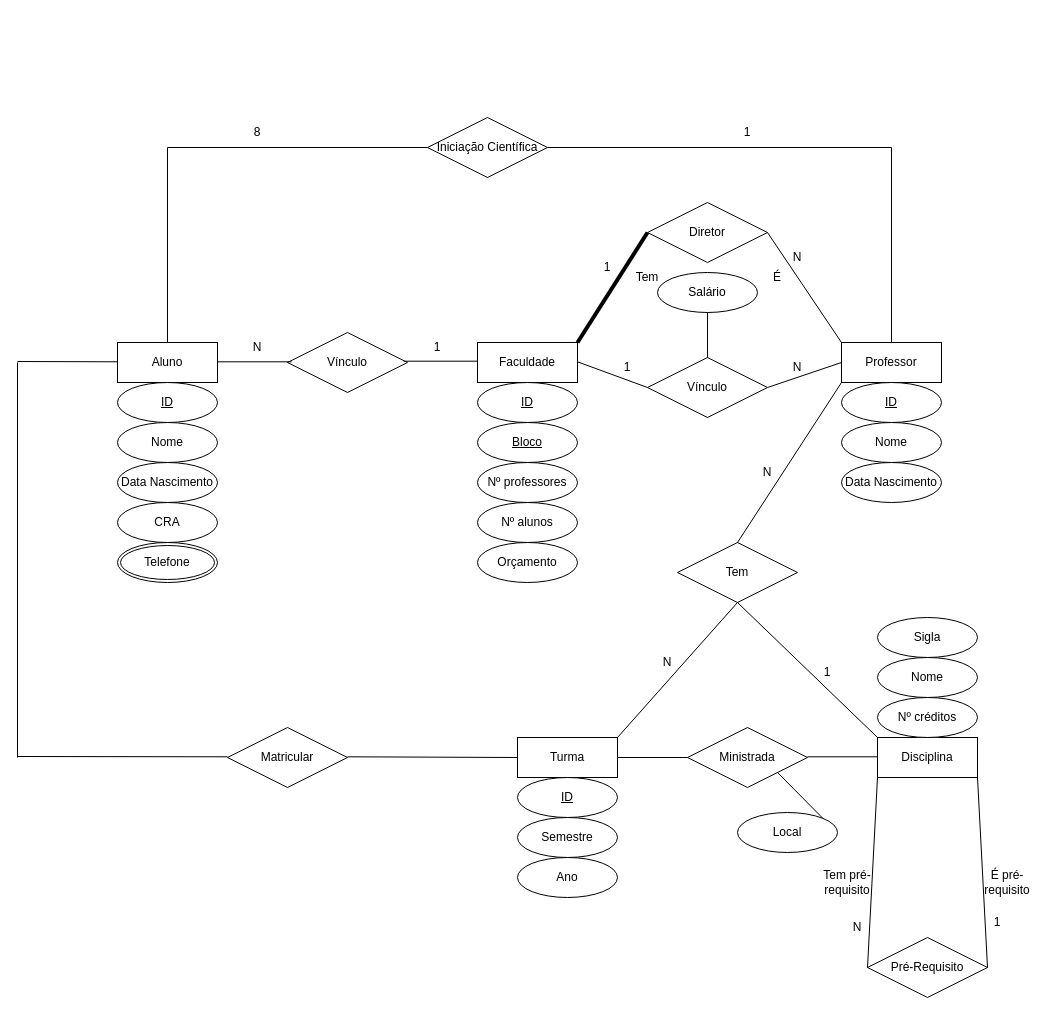
This is Aula 2 - Ex 2.drawio from artfrc/SBD, a draw.io file, before an edit. Source tidied: cells renumbered, new cells numbered last; positions are measured from the earlier drawing's top-left corner, leaving out a move shared by most shapes. Both pictures are drawn from the tidied source at 100%, with x=0, y=0 at pixel (17, 117).
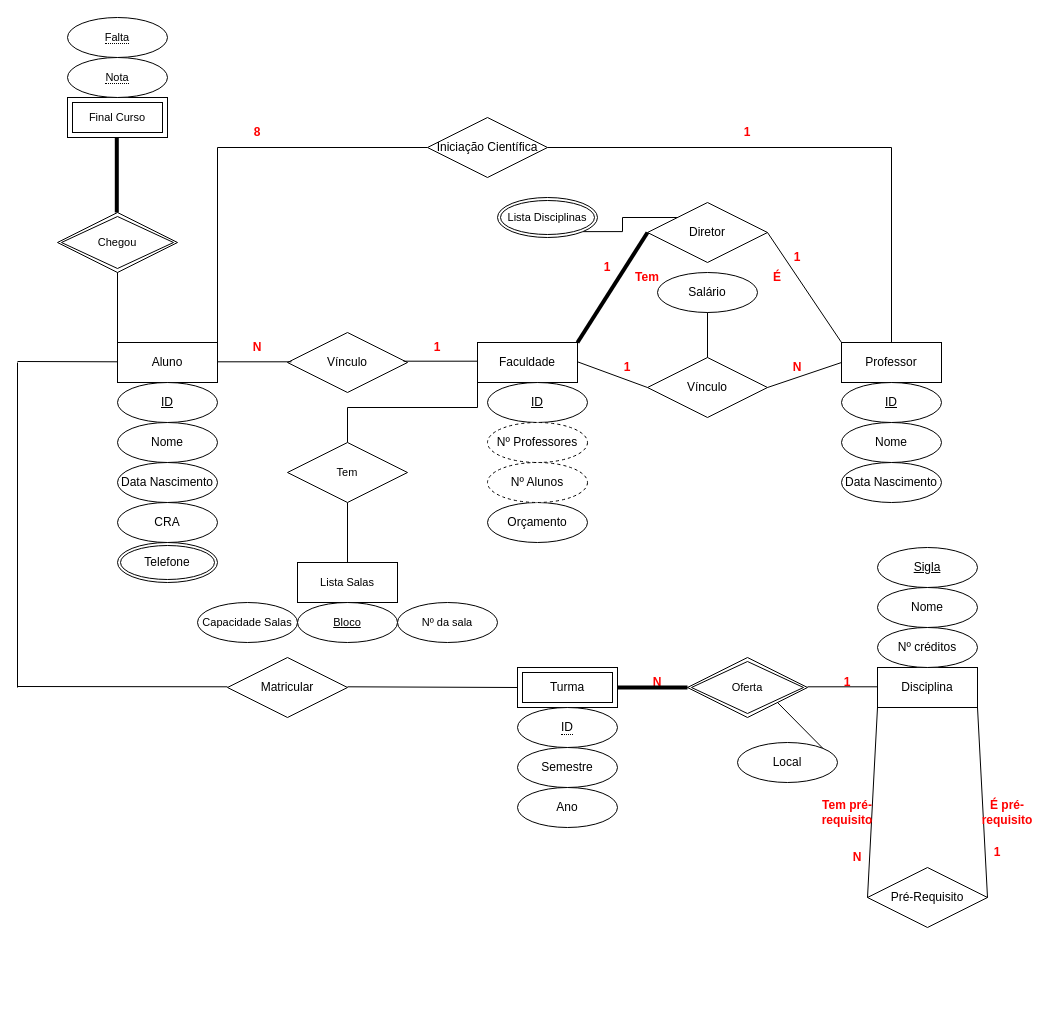
The same diagram, later.

Unchanged cells that the change refers to:
```xml
<mxCell id="2" value="Faculdade" style="whiteSpace=wrap;html=1;align=center;" parent="1" vertex="1">
  <mxGeometry x="460" y="225" width="100" height="40" as="geometry" />
</mxCell>
<mxCell id="19" value="Professor" style="whiteSpace=wrap;html=1;align=center;" parent="1" vertex="1">
  <mxGeometry x="824" y="225" width="100" height="40" as="geometry" />
</mxCell>
<mxCell id="25" value="Aluno" style="whiteSpace=wrap;html=1;align=center;" parent="1" vertex="1">
  <mxGeometry x="100" y="225" width="100" height="40" as="geometry" />
</mxCell>
<mxCell id="31" value="Diretor" style="shape=rhombus;perimeter=rhombusPerimeter;whiteSpace=wrap;html=1;align=center;" parent="1" vertex="1">
  <mxGeometry x="630" y="85" width="120" height="60" as="geometry" />
</mxCell>
<mxCell id="71" value="Iniciação Científica" style="shape=rhombus;perimeter=rhombusPerimeter;whiteSpace=wrap;html=1;align=center;" parent="1" vertex="1">
  <mxGeometry x="410" width="120" height="60" as="geometry" />
</mxCell>
```

Change to the diagram source:
```diff
@@
+    <mxCell id="74" style="edgeStyle=orthogonalEdgeStyle;rounded=0;jettySize=auto;html=1;exitX=0;exitY=1;exitDx=0;exitDy=0;entryX=0.5;entryY=0;entryDx=0;entryDy=0;fontSize=11;fontColor=#000000;endArrow=none;endFill=0;strokeWidth=1;" parent="1" edge="1" source="2" target="56">
+      <mxGeometry relative="1" as="geometry">
+        <Array as="points">
+          <mxPoint x="460" y="290" />
+          <mxPoint x="330" y="290" />
+        </Array>
+      </mxGeometry>
+    </mxCell>
@@
     <mxCell id="3" value="ID" style="ellipse;whiteSpace=wrap;html=1;align=center;fontStyle=4;" parent="1" vertex="1">
-      <mxGeometry x="460" y="265" width="100" height="40" as="geometry" />
+      <mxGeometry x="470" y="265" width="100" height="40" as="geometry" />
     </mxCell>
-    <mxCell id="4" value="Bloco" style="ellipse;whiteSpace=wrap;html=1;align=center;fontStyle=4;" parent="1" vertex="1">
-      <mxGeometry x="460" y="305" width="100" height="40" as="geometry" />
-    </mxCell>
-    <mxCell id="5" value="Nº professores" style="ellipse;whiteSpace=wrap;html=1;align=center;" parent="1" vertex="1">
-      <mxGeometry x="460" y="345" width="100" height="40" as="geometry" />
-    </mxCell>
-    <mxCell id="6" value="Nº alunos" style="ellipse;whiteSpace=wrap;html=1;align=center;" parent="1" vertex="1">
-      <mxGeometry x="460" y="385" width="100" height="40" as="geometry" />
-    </mxCell>
     <mxCell id="7" value="Orçamento" style="ellipse;whiteSpace=wrap;html=1;align=center;" parent="1" vertex="1">
-      <mxGeometry x="460" y="425" width="100" height="40" as="geometry" />
+      <mxGeometry x="470" y="385" width="100" height="40" as="geometry" />
     </mxCell>
     <mxCell id="8" value="Disciplina" style="whiteSpace=wrap;html=1;align=center;" parent="1" vertex="1">
-      <mxGeometry x="860" y="620" width="100" height="40" as="geometry" />
+      <mxGeometry x="860" y="550" width="100" height="40" as="geometry" />
     </mxCell>
-    <mxCell id="9" value="Sigla" style="ellipse;whiteSpace=wrap;html=1;align=center;" parent="1" vertex="1">
-      <mxGeometry x="860" y="500" width="100" height="40" as="geometry" />
+    <mxCell id="9" value="Sigla" style="ellipse;whiteSpace=wrap;html=1;align=center;fontStyle=4;" parent="1" vertex="1">
+      <mxGeometry x="860" y="430" width="100" height="40" as="geometry" />
     </mxCell>
-    <mxCell id="10" value="Nome" style="ellipse;whiteSpace=wrap;html=1;align=center;" parent="1" vertex="1">
-      <mxGeometry x="860" y="540" width="100" height="40" as="geometry" />
+    <mxCell id="10" value="Nome" style="ellipse;whiteSpace=wrap;html=1;align=center;fontStyle=0;" parent="1" vertex="1">
+      <mxGeometry x="860" y="470" width="100" height="40" as="geometry" />
     </mxCell>
     <mxCell id="11" value="Nº créditos" style="ellipse;whiteSpace=wrap;html=1;align=center;" parent="1" vertex="1">
-      <mxGeometry x="860" y="580" width="100" height="40" as="geometry" />
+      <mxGeometry x="860" y="510" width="100" height="40" as="geometry" />
     </mxCell>
     <mxCell id="12" value="Pré-Requisito" style="shape=rhombus;perimeter=rhombusPerimeter;whiteSpace=wrap;html=1;align=center;" parent="1" vertex="1">
-      <mxGeometry x="850" y="820" width="120" height="60" as="geometry" />
+      <mxGeometry x="850" y="750" width="120" height="60" as="geometry" />
     </mxCell>
@@
-    <mxCell id="15" value="Tem pré-requisito" style="text;html=1;strokeColor=none;fillColor=none;align=center;verticalAlign=middle;whiteSpace=wrap;rounded=0;" parent="1" vertex="1">
-      <mxGeometry x="800" y="750" width="60" height="30" as="geometry" />
+    <mxCell id="15" value="Tem pré-requisito" style="text;html=1;strokeColor=none;fillColor=none;align=center;verticalAlign=middle;whiteSpace=wrap;rounded=0;fontStyle=1;fontColor=#FF0000;" parent="1" vertex="1">
+      <mxGeometry x="800" y="680" width="60" height="30" as="geometry" />
     </mxCell>
-    <mxCell id="16" value="N" style="text;html=1;strokeColor=none;fillColor=none;align=center;verticalAlign=middle;whiteSpace=wrap;rounded=0;" parent="1" vertex="1">
-      <mxGeometry x="810" y="795" width="60" height="30" as="geometry" />
+    <mxCell id="16" value="N" style="text;html=1;strokeColor=none;fillColor=none;align=center;verticalAlign=middle;whiteSpace=wrap;rounded=0;fontStyle=1;fontColor=#FF0000;" parent="1" vertex="1">
+      <mxGeometry x="810" y="725" width="60" height="30" as="geometry" />
     </mxCell>
-    <mxCell id="17" value="É pré-requisito" style="text;html=1;strokeColor=none;fillColor=none;align=center;verticalAlign=middle;whiteSpace=wrap;rounded=0;" parent="1" vertex="1">
-      <mxGeometry x="960" y="750" width="60" height="30" as="geometry" />
+    <mxCell id="17" value="É pré-requisito" style="text;html=1;strokeColor=none;fillColor=none;align=center;verticalAlign=middle;whiteSpace=wrap;rounded=0;fontStyle=1;fontColor=#FF0000;" parent="1" vertex="1">
+      <mxGeometry x="960" y="680" width="60" height="30" as="geometry" />
     </mxCell>
-    <mxCell id="18" value="1" style="text;html=1;strokeColor=none;fillColor=none;align=center;verticalAlign=middle;whiteSpace=wrap;rounded=0;" parent="1" vertex="1">
-      <mxGeometry x="950" y="790" width="60" height="30" as="geometry" />
+    <mxCell id="18" value="1" style="text;html=1;strokeColor=none;fillColor=none;align=center;verticalAlign=middle;whiteSpace=wrap;rounded=0;fontStyle=1;fontColor=#FF0000;" parent="1" vertex="1">
+      <mxGeometry x="950" y="720" width="60" height="30" as="geometry" />
     </mxCell>
@@
-    <mxCell id="24" style="edgeStyle=orthogonalEdgeStyle;rounded=0;jettySize=auto;html=1;exitX=0.5;exitY=0;exitDx=0;exitDy=0;entryX=0;entryY=0.5;entryDx=0;entryDy=0;endArrow=none;endFill=0;strokeWidth=1;" parent="1" edge="1" source="25" target="71">
+    <mxCell id="24" style="edgeStyle=orthogonalEdgeStyle;rounded=0;jettySize=auto;html=1;exitX=1;exitY=0;exitDx=0;exitDy=0;entryX=0;entryY=0.5;entryDx=0;entryDy=0;endArrow=none;endFill=0;strokeWidth=1;" parent="1" edge="1" source="25" target="71">
       <mxGeometry relative="1" as="geometry" />
     </mxCell>
@@
+    <mxCell id="75" style="edgeStyle=orthogonalEdgeStyle;rounded=0;jettySize=auto;html=1;exitX=0;exitY=0;exitDx=0;exitDy=0;entryX=1;entryY=1;entryDx=0;entryDy=0;fontSize=11;fontColor=#000000;endArrow=none;endFill=0;strokeWidth=1;" parent="1" edge="1" source="31" target="89">
+      <mxGeometry relative="1" as="geometry" />
+    </mxCell>
@@
-    <mxCell id="34" value="1" style="text;html=1;strokeColor=none;fillColor=none;align=center;verticalAlign=middle;whiteSpace=wrap;rounded=0;" parent="1" vertex="1">
+    <mxCell id="34" value="1" style="text;html=1;strokeColor=none;fillColor=none;align=center;verticalAlign=middle;whiteSpace=wrap;rounded=0;fontStyle=1;fontColor=#FF0000;" parent="1" vertex="1">
       <mxGeometry x="560" y="135" width="60" height="30" as="geometry" />
     </mxCell>
-    <mxCell id="35" value="N" style="text;html=1;strokeColor=none;fillColor=none;align=center;verticalAlign=middle;whiteSpace=wrap;rounded=0;" parent="1" vertex="1">
+    <mxCell id="35" value="1" style="text;html=1;strokeColor=none;fillColor=none;align=center;verticalAlign=middle;whiteSpace=wrap;rounded=0;fontStyle=1;fontColor=#FF0000;" parent="1" vertex="1">
       <mxGeometry x="750" y="125" width="60" height="30" as="geometry" />
     </mxCell>
@@
-    <mxCell id="39" value="1" style="text;html=1;strokeColor=none;fillColor=none;align=center;verticalAlign=middle;whiteSpace=wrap;rounded=0;" parent="1" vertex="1">
+    <mxCell id="39" value="1" style="text;html=1;strokeColor=none;fillColor=none;align=center;verticalAlign=middle;whiteSpace=wrap;rounded=0;fontStyle=1;fontColor=#FF0000;" parent="1" vertex="1">
       <mxGeometry x="580" y="235" width="60" height="30" as="geometry" />
     </mxCell>
-    <mxCell id="40" value="N" style="text;html=1;strokeColor=none;fillColor=none;align=center;verticalAlign=middle;whiteSpace=wrap;rounded=0;" parent="1" vertex="1">
+    <mxCell id="40" value="N" style="text;html=1;strokeColor=none;fillColor=none;align=center;verticalAlign=middle;whiteSpace=wrap;rounded=0;fontStyle=1;fontColor=#FF0000;" parent="1" vertex="1">
       <mxGeometry x="750" y="235" width="60" height="30" as="geometry" />
     </mxCell>
-    <mxCell id="41" value="É" style="text;html=1;strokeColor=none;fillColor=none;align=center;verticalAlign=middle;whiteSpace=wrap;rounded=0;" parent="1" vertex="1">
+    <mxCell id="41" value="É" style="text;html=1;strokeColor=none;fillColor=none;align=center;verticalAlign=middle;whiteSpace=wrap;rounded=0;fontStyle=1;fontColor=#FF0000;" parent="1" vertex="1">
       <mxGeometry x="730" y="145" width="60" height="30" as="geometry" />
     </mxCell>
-    <mxCell id="42" value="Tem" style="text;html=1;strokeColor=none;fillColor=none;align=center;verticalAlign=middle;whiteSpace=wrap;rounded=0;" parent="1" vertex="1">
+    <mxCell id="42" value="Tem" style="text;html=1;strokeColor=none;fillColor=none;align=center;verticalAlign=middle;whiteSpace=wrap;rounded=0;fontStyle=1;fontColor=#FF0000;" parent="1" vertex="1">
       <mxGeometry x="600" y="145" width="60" height="30" as="geometry" />
     </mxCell>
@@
-    <mxCell id="46" value="N" style="text;html=1;strokeColor=none;fillColor=none;align=center;verticalAlign=middle;whiteSpace=wrap;rounded=0;" parent="1" vertex="1">
+    <mxCell id="46" value="N" style="text;html=1;strokeColor=none;fillColor=none;align=center;verticalAlign=middle;whiteSpace=wrap;rounded=0;fontColor=#FF0000;fontStyle=1;" parent="1" vertex="1">
       <mxGeometry x="210" y="215" width="60" height="30" as="geometry" />
     </mxCell>
-    <mxCell id="47" value="1" style="text;html=1;strokeColor=none;fillColor=none;align=center;verticalAlign=middle;whiteSpace=wrap;rounded=0;" parent="1" vertex="1">
+    <mxCell id="47" value="1" style="text;html=1;strokeColor=none;fillColor=none;align=center;verticalAlign=middle;whiteSpace=wrap;rounded=0;fontStyle=1;fontColor=#FF0000;" parent="1" vertex="1">
       <mxGeometry x="390" y="215" width="60" height="30" as="geometry" />
     </mxCell>
@@
-    <mxCell id="49" value="Turma" style="whiteSpace=wrap;html=1;align=center;" parent="1" vertex="1">
-      <mxGeometry x="500" y="620" width="100" height="40" as="geometry" />
-    </mxCell>
-    <mxCell id="50" value="ID" style="ellipse;whiteSpace=wrap;html=1;align=center;fontStyle=4;" parent="1" vertex="1">
-      <mxGeometry x="500" y="660" width="100" height="40" as="geometry" />
-    </mxCell>
     <mxCell id="51" value="Semestre" style="ellipse;whiteSpace=wrap;html=1;align=center;" parent="1" vertex="1">
-      <mxGeometry x="500" y="700" width="100" height="40" as="geometry" />
+      <mxGeometry x="500" y="630" width="100" height="40" as="geometry" />
     </mxCell>
     <mxCell id="52" value="Ano" style="ellipse;whiteSpace=wrap;html=1;align=center;" parent="1" vertex="1">
-      <mxGeometry x="500" y="740" width="100" height="40" as="geometry" />
+      <mxGeometry x="500" y="670" width="100" height="40" as="geometry" />
     </mxCell>
-    <mxCell id="53" value="Ministrada" style="shape=rhombus;perimeter=rhombusPerimeter;whiteSpace=wrap;html=1;align=center;" parent="1" vertex="1">
-      <mxGeometry x="670" y="610" width="120" height="60" as="geometry" />
-    </mxCell>
     <mxCell id="54" value="Local" style="ellipse;whiteSpace=wrap;html=1;align=center;" parent="1" vertex="1">
-      <mxGeometry x="720" y="695" width="100" height="40" as="geometry" />
+      <mxGeometry x="720" y="625" width="100" height="40" as="geometry" />
     </mxCell>
-    <mxCell id="55" style="endArrow=none;html=1;rounded=0;strokeWidth=1;exitX=1;exitY=1;exitDx=0;exitDy=0;entryX=1;entryY=0;entryDx=0;entryDy=0;" parent="1" edge="1" source="53" target="54">
-      <mxGeometry relative="1" as="geometry" />
+    <mxCell id="55" style="endArrow=none;html=1;rounded=0;strokeWidth=1;exitX=1;exitY=1;exitDx=0;exitDy=0;entryX=1;entryY=0;entryDx=0;entryDy=0;" parent="1" edge="1" target="54">
+      <mxGeometry relative="1" as="geometry">
+        <mxPoint x="760" y="585" as="sourcePoint" />
+      </mxGeometry>
     </mxCell>
-    <mxCell id="56" value="Tem" style="shape=rhombus;perimeter=rhombusPerimeter;whiteSpace=wrap;html=1;align=center;" parent="1" vertex="1">
-      <mxGeometry x="660" y="425" width="120" height="60" as="geometry" />
-    </mxCell>
-    <mxCell id="57" style="endArrow=none;html=1;rounded=0;strokeWidth=1;exitX=0;exitY=1;exitDx=0;exitDy=0;entryX=0.5;entryY=0;entryDx=0;entryDy=0;" parent="1" edge="1" source="19" target="56">
-      <mxGeometry relative="1" as="geometry" />
-    </mxCell>
-    <mxCell id="58" style="endArrow=none;html=1;rounded=0;strokeWidth=1;exitX=0.5;exitY=1;exitDx=0;exitDy=0;entryX=1;entryY=0;entryDx=0;entryDy=0;" parent="1" edge="1" source="56" target="49">
-      <mxGeometry relative="1" as="geometry" />
-    </mxCell>
-    <mxCell id="59" value="N" style="text;html=1;strokeColor=none;fillColor=none;align=center;verticalAlign=middle;whiteSpace=wrap;rounded=0;" parent="1" vertex="1">
-      <mxGeometry x="720" y="340" width="60" height="30" as="geometry" />
-    </mxCell>
-    <mxCell id="60" value="N" style="text;html=1;strokeColor=none;fillColor=none;align=center;verticalAlign=middle;whiteSpace=wrap;rounded=0;" parent="1" vertex="1">
-      <mxGeometry x="620" y="530" width="60" height="30" as="geometry" />
+    <mxCell id="60" value="N" style="text;html=1;strokeColor=none;fillColor=none;align=center;verticalAlign=middle;whiteSpace=wrap;rounded=0;fontStyle=1;fontColor=#FF0000;" parent="1" vertex="1">
+      <mxGeometry x="610" y="550" width="60" height="30" as="geometry" />
     </mxCell>
-    <mxCell id="61" value="1" style="text;html=1;strokeColor=none;fillColor=none;align=center;verticalAlign=middle;whiteSpace=wrap;rounded=0;" parent="1" vertex="1">
-      <mxGeometry x="780" y="540" width="60" height="30" as="geometry" />
+    <mxCell id="61" value="1" style="text;html=1;strokeColor=none;fillColor=none;align=center;verticalAlign=middle;whiteSpace=wrap;rounded=0;fontStyle=1;fontColor=#FF0000;" parent="1" vertex="1">
+      <mxGeometry x="800" y="550" width="60" height="30" as="geometry" />
     </mxCell>
     <mxCell id="62" value="Matricular" style="shape=rhombus;perimeter=rhombusPerimeter;whiteSpace=wrap;html=1;align=center;" parent="1" vertex="1">
-      <mxGeometry x="210" y="610" width="120" height="60" as="geometry" />
+      <mxGeometry x="210" y="540" width="120" height="60" as="geometry" />
     </mxCell>
     <mxCell id="63" style="endArrow=none;html=1;rounded=0;strokeWidth=1;" parent="1" edge="1">
       <mxGeometry relative="1" as="geometry">
         <mxPoint y="245" as="sourcePoint" />
-        <mxPoint y="640" as="targetPoint" />
+        <mxPoint y="570" as="targetPoint" />
       </mxGeometry>
     </mxCell>
-    <mxCell id="64" style="endArrow=none;html=1;rounded=0;strokeWidth=1;exitX=1;exitY=0.5;exitDx=0;exitDy=0;" parent="1" edge="1" source="49" target="53">
-      <mxGeometry relative="1" as="geometry" />
+    <mxCell id="64" style="endArrow=none;html=1;rounded=0;strokeWidth=4;exitX=1;exitY=0.5;exitDx=0;exitDy=0;" parent="1" edge="1">
+      <mxGeometry relative="1" as="geometry">
+        <mxPoint x="600" y="570" as="sourcePoint" />
+        <mxPoint x="670" y="570" as="targetPoint" />
+      </mxGeometry>
     </mxCell>
     <mxCell id="65" style="endArrow=none;html=1;rounded=0;strokeWidth=1;exitX=1;exitY=0.5;exitDx=0;exitDy=0;" parent="1" edge="1">
       <mxGeometry relative="1" as="geometry">
-        <mxPoint x="790" y="639.3" as="sourcePoint" />
-        <mxPoint x="860" y="639.3" as="targetPoint" />
+        <mxPoint x="790" y="569.3" as="sourcePoint" />
+        <mxPoint x="860" y="569.3" as="targetPoint" />
       </mxGeometry>
     </mxCell>
-    <mxCell id="66" style="endArrow=none;html=1;rounded=0;strokeWidth=1;exitX=0.5;exitY=1;exitDx=0;exitDy=0;entryX=0;entryY=0;entryDx=0;entryDy=0;" parent="1" edge="1" source="56" target="8">
-      <mxGeometry relative="1" as="geometry" />
-    </mxCell>
     <mxCell id="67" style="endArrow=none;html=1;rounded=0;strokeWidth=1;" parent="1" edge="1">
       <mxGeometry relative="1" as="geometry">
-        <mxPoint y="639" as="sourcePoint" />
-        <mxPoint x="210" y="639.3" as="targetPoint" />
+        <mxPoint y="569" as="sourcePoint" />
+        <mxPoint x="210" y="569.3" as="targetPoint" />
       </mxGeometry>
     </mxCell>
-    <mxCell id="68" style="endArrow=none;html=1;rounded=0;strokeWidth=1;entryX=0;entryY=0.5;entryDx=0;entryDy=0;" parent="1" edge="1" target="49">
+    <mxCell id="68" style="endArrow=none;html=1;rounded=0;strokeWidth=1;entryX=0;entryY=0.5;entryDx=0;entryDy=0;" parent="1" edge="1">
       <mxGeometry relative="1" as="geometry">
-        <mxPoint x="330" y="639.3" as="sourcePoint" />
+        <mxPoint x="330" y="569.3" as="sourcePoint" />
+        <mxPoint x="500" y="570" as="targetPoint" />
       </mxGeometry>
     </mxCell>
@@
-    <mxCell id="72" value="1" style="text;html=1;strokeColor=none;fillColor=none;align=center;verticalAlign=middle;whiteSpace=wrap;rounded=0;" parent="1" vertex="1">
+    <mxCell id="72" value="1" style="text;html=1;strokeColor=none;fillColor=none;align=center;verticalAlign=middle;whiteSpace=wrap;rounded=0;fontStyle=1;fontColor=#FF0000;" parent="1" vertex="1">
       <mxGeometry x="700" width="60" height="30" as="geometry" />
     </mxCell>
-    <mxCell id="73" value="8" style="text;html=1;strokeColor=none;fillColor=none;align=center;verticalAlign=middle;whiteSpace=wrap;rounded=0;" parent="1" vertex="1">
+    <mxCell id="73" value="8" style="text;html=1;strokeColor=none;fillColor=none;align=center;verticalAlign=middle;whiteSpace=wrap;rounded=0;fontStyle=1;fontColor=#FF0000;" parent="1" vertex="1">
       <mxGeometry x="210" width="60" height="30" as="geometry" />
     </mxCell>
+    <mxCell id="49" value="Turma" style="shape=ext;margin=3;double=1;whiteSpace=wrap;html=1;align=center;" parent="1" vertex="1">
+      <mxGeometry x="500" y="550" width="100" height="40" as="geometry" />
+    </mxCell>
+    <mxCell id="50" value="&lt;span style=&quot;border-bottom: 1px dotted&quot;&gt;ID&lt;/span&gt;" style="ellipse;whiteSpace=wrap;html=1;align=center;" parent="1" vertex="1">
+      <mxGeometry x="500" y="590" width="100" height="40" as="geometry" />
+    </mxCell>
+    <mxCell id="76" value="Nº Professores" style="ellipse;whiteSpace=wrap;html=1;align=center;dashed=1;" parent="1" vertex="1">
+      <mxGeometry x="470" y="305" width="100" height="40" as="geometry" />
+    </mxCell>
+    <mxCell id="77" value="Nº Alunos" style="ellipse;whiteSpace=wrap;html=1;align=center;dashed=1;" parent="1" vertex="1">
+      <mxGeometry x="470" y="345" width="100" height="40" as="geometry" />
+    </mxCell>
+    <mxCell id="78" value="Final Curso" style="shape=ext;margin=3;double=1;whiteSpace=wrap;html=1;align=center;fontSize=11;" parent="1" vertex="1">
+      <mxGeometry x="50" y="-20" width="100" height="40" as="geometry" />
+    </mxCell>
+    <mxCell id="79" value="&lt;span style=&quot;border-bottom: 1px dotted&quot;&gt;Nota&lt;/span&gt;" style="ellipse;whiteSpace=wrap;html=1;align=center;fontSize=11;fontColor=#000000;" parent="1" vertex="1">
+      <mxGeometry x="50" y="-60" width="100" height="40" as="geometry" />
+    </mxCell>
+    <mxCell id="80" value="&lt;span style=&quot;border-bottom: 1px dotted&quot;&gt;Falta&lt;/span&gt;" style="ellipse;whiteSpace=wrap;html=1;align=center;fontSize=11;fontColor=#000000;" parent="1" vertex="1">
+      <mxGeometry x="50" y="-100" width="100" height="40" as="geometry" />
+    </mxCell>
+    <mxCell id="81" style="endArrow=none;html=1;rounded=0;strokeWidth=1;entryX=0;entryY=0;entryDx=0;entryDy=0;" parent="1" edge="1" target="25">
+      <mxGeometry relative="1" as="geometry">
+        <mxPoint x="100" y="150" as="sourcePoint" />
+      </mxGeometry>
+    </mxCell>
+    <mxCell id="82" value="Oferta" style="shape=rhombus;double=1;perimeter=rhombusPerimeter;whiteSpace=wrap;html=1;align=center;fontSize=11;fontColor=#000000;" parent="1" vertex="1">
+      <mxGeometry x="670" y="540" width="120" height="60" as="geometry" />
+    </mxCell>
+    <mxCell id="83" value="Chegou" style="shape=rhombus;double=1;perimeter=rhombusPerimeter;whiteSpace=wrap;html=1;align=center;fontSize=11;fontColor=#000000;" parent="1" vertex="1">
+      <mxGeometry x="40" y="95" width="120" height="60" as="geometry" />
+    </mxCell>
+    <mxCell id="84" style="endArrow=none;html=1;rounded=0;strokeWidth=4;entryX=0;entryY=0;entryDx=0;entryDy=0;" parent="1" edge="1">
+      <mxGeometry relative="1" as="geometry">
+        <mxPoint x="99.3" y="20" as="sourcePoint" />
+        <mxPoint x="99.3" y="95" as="targetPoint" />
+      </mxGeometry>
+    </mxCell>
+    <mxCell id="85" style="edgeStyle=orthogonalEdgeStyle;rounded=0;jettySize=auto;html=1;exitX=0.5;exitY=1;exitDx=0;exitDy=0;entryX=0.5;entryY=0;entryDx=0;entryDy=0;fontSize=11;fontColor=#000000;endArrow=none;endFill=0;strokeWidth=1;" parent="1" edge="1" source="56" target="86">
+      <mxGeometry relative="1" as="geometry" />
+    </mxCell>
+    <mxCell id="56" value="Tem" style="shape=rhombus;perimeter=rhombusPerimeter;whiteSpace=wrap;html=1;align=center;fontSize=11;fontColor=#000000;" parent="1" vertex="1">
+      <mxGeometry x="270" y="325" width="120" height="60" as="geometry" />
+    </mxCell>
+    <mxCell id="86" value="Lista Salas" style="whiteSpace=wrap;html=1;align=center;fontSize=11;fontColor=#000000;" parent="1" vertex="1">
+      <mxGeometry x="280" y="445" width="100" height="40" as="geometry" />
+    </mxCell>
+    <mxCell id="4" value="Bloco" style="ellipse;whiteSpace=wrap;html=1;align=center;fontStyle=4;fontSize=11;fontColor=#000000;" parent="1" vertex="1">
+      <mxGeometry x="280" y="485" width="100" height="40" as="geometry" />
+    </mxCell>
+    <mxCell id="87" value="Nº da sala" style="ellipse;whiteSpace=wrap;html=1;align=center;fontSize=11;fontColor=#000000;" parent="1" vertex="1">
+      <mxGeometry x="380" y="485" width="100" height="40" as="geometry" />
+    </mxCell>
+    <mxCell id="88" value="Capacidade Salas" style="ellipse;whiteSpace=wrap;html=1;align=center;fontSize=11;fontColor=#000000;" parent="1" vertex="1">
+      <mxGeometry x="180" y="485" width="100" height="40" as="geometry" />
+    </mxCell>
+    <mxCell id="89" value="Lista Disciplinas" style="ellipse;shape=doubleEllipse;margin=3;whiteSpace=wrap;html=1;align=center;fontSize=11;fontColor=#000000;" parent="1" vertex="1">
+      <mxGeometry x="480" y="80" width="100" height="40" as="geometry" />
+    </mxCell>
```
